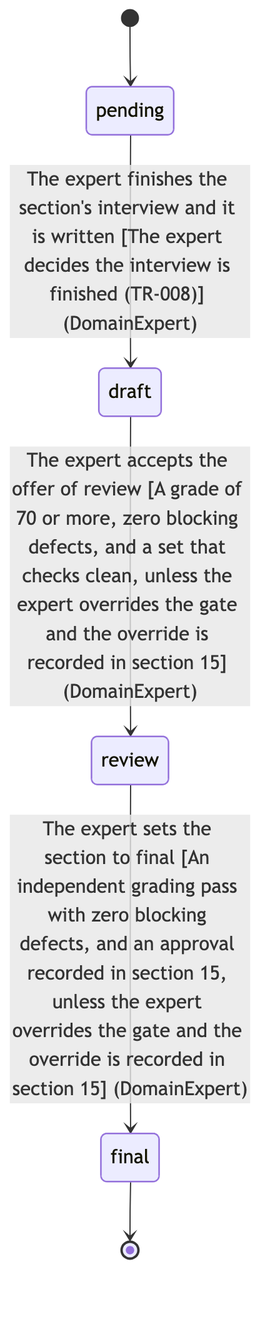
SpillwaveSolutions/prd-forge keeps this Mermaid diagram as docs/prd/prd-forge/diagrams/LC-001.png. Above is the earlier version. Its source is kept beside it as docs/prd/prd-forge/diagrams/LC-001.mmd.
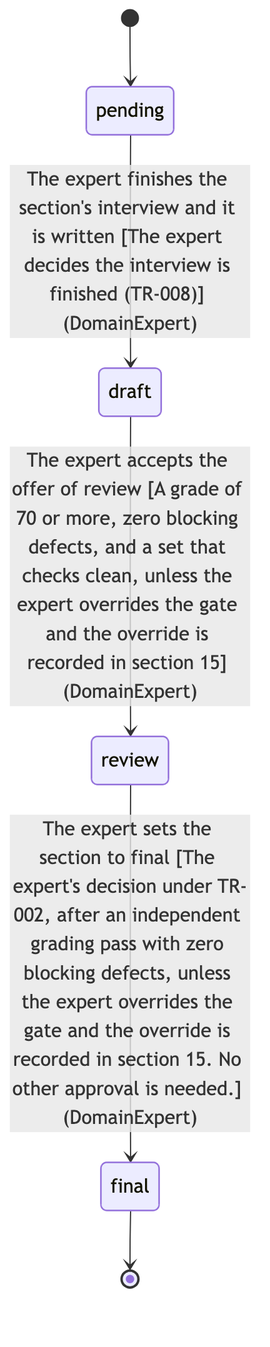
Above is the later version.

Diff of the diagram source:
```diff
@@ -6,5 +6,5 @@
   [*] --> s0
   s0 --> s1 : The expert finishes the section's interview and it is written [The expert decides the interview is finished (TR-008)] (DomainExpert)
   s1 --> s2 : The expert accepts the offer of review [A grade of 70 or more, zero blocking defects, and a set that checks clean, unless the expert overrides the gate and the override is recorded in section 15] (DomainExpert)
-  s2 --> s3 : The expert sets the section to final [An independent grading pass with zero blocking defects, and an approval recorded in section 15, unless the expert overrides the gate and the override is recorded in section 15] (DomainExpert)
+  s2 --> s3 : The expert sets the section to final [The expert's decision under TR-002, after an independent grading pass with zero blocking defects, unless the expert overrides the gate and the override is recorded in section 15. No other approval is needed.] (DomainExpert)
   s3 --> [*]
```
